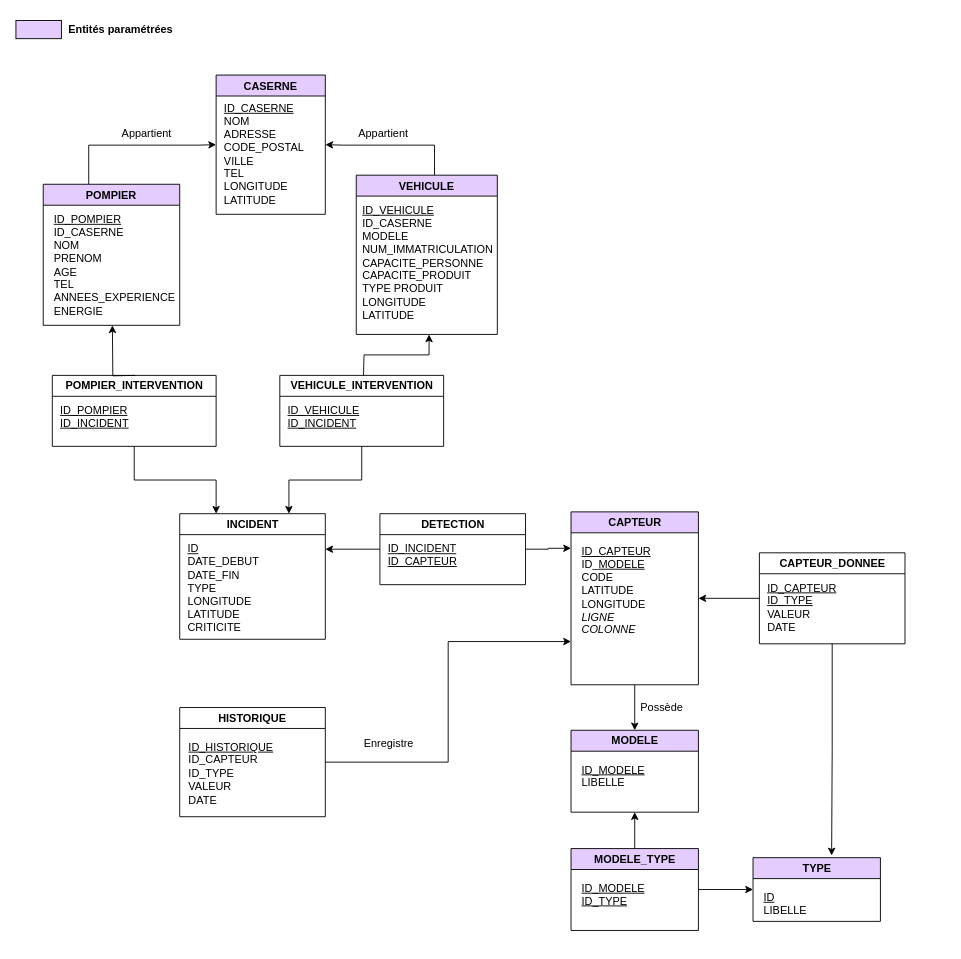
The draw.io diagram Conception/MLD Emergency.drawio in GOROVSKY/projet-scientifique, before the edit. Source tidied: cells renumbered, new cells numbered last; positions are measured from the earlier drawing's top-left corner, leaving out a move shared by most shapes. Both pictures are drawn from the tidied source at 91%, with x=0, y=0 at pixel (15, 15).
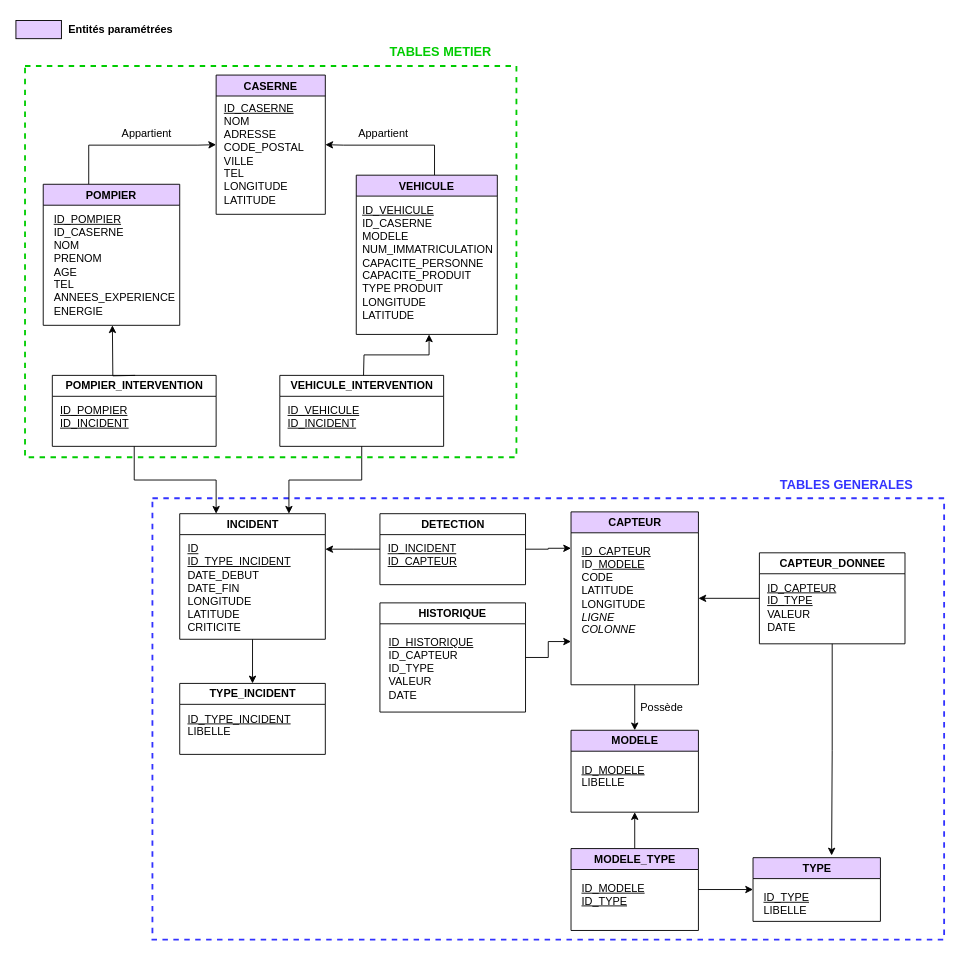
After the change.

Unchanged cells that the change refers to:
```xml
<mxCell id="29" value="INCIDENT" style="swimlane;fontFamily=Helvetica;fontSize=12;fontColor=default;fillColor=none;gradientColor=none;html=1;" parent="1" vertex="1">
  <mxGeometry x="180" y="547" width="160" height="138" as="geometry" />
</mxCell>
<mxCell id="42" value="TYPE" style="swimlane;fontFamily=Helvetica;fontSize=12;fontColor=default;fillColor=#E5CCFF;gradientColor=none;html=1;" parent="1" vertex="1">
  <mxGeometry x="810" y="925" width="140" height="70" as="geometry" />
</mxCell>
```

What changed in the source:
```diff
@@
+    <mxCell id="48" style="rounded=0;whiteSpace=wrap;html=1;fillColor=none;strokeColor=#3333FF;strokeWidth=2;dashed=1;" parent="1" vertex="1">
+      <mxGeometry x="150" y="530" width="870" height="485" as="geometry" />
+    </mxCell>
@@
     <mxCell id="23" value="HISTORIQUE" style="swimlane;startSize=23;" parent="1" vertex="1">
-      <mxGeometry x="180" y="760" width="160" height="120" as="geometry" />
+      <mxGeometry x="400" y="645" width="160" height="120" as="geometry" />
     </mxCell>
@@
-    <mxCell id="30" value="&lt;div align=&quot;left&quot;&gt;&lt;u&gt;ID&lt;/u&gt;&lt;/div&gt;&lt;div&gt;DATE_DEBUT&lt;/div&gt;&lt;div&gt;DATE_FIN&lt;/div&gt;&lt;div&gt;TYPE&lt;/div&gt;&lt;div&gt;LONGITUDE&lt;/div&gt;&lt;div&gt;LATITUDE&lt;br&gt;&lt;/div&gt;&lt;div&gt;CRITICITE&lt;br&gt;&lt;/div&gt;" style="text;html=1;align=left;verticalAlign=top;strokeColor=none;fillColor=none;" parent="29" vertex="1">
-      <mxGeometry x="7" y="25" width="90" height="100" as="geometry" />
+    <mxCell id="30" value="&lt;div align=&quot;left&quot;&gt;&lt;u&gt;ID&lt;/u&gt;&lt;/div&gt;&lt;div align=&quot;left&quot;&gt;&lt;u&gt;ID_TYPE_INCIDENT&lt;/u&gt;&lt;br&gt;&lt;/div&gt;&lt;div&gt;DATE_DEBUT&lt;/div&gt;&lt;div&gt;DATE_FIN&lt;/div&gt;&lt;div&gt;LONGITUDE&lt;/div&gt;&lt;div&gt;LATITUDE&lt;br&gt;&lt;/div&gt;&lt;div&gt;CRITICITE&lt;br&gt;&lt;/div&gt;" style="text;html=1;align=left;verticalAlign=top;strokeColor=none;fillColor=none;" parent="29" vertex="1">
+      <mxGeometry x="7" y="25" width="120" height="100" as="geometry" />
     </mxCell>
@@
-    <mxCell id="38" value="Enregistre" style="text;html=1;strokeColor=none;fillColor=none;align=center;verticalAlign=middle;whiteSpace=wrap;rounded=0;" parent="1" vertex="1">
-      <mxGeometry x="380" y="785" width="60" height="30" as="geometry" />
-    </mxCell>
@@
-    <mxCell id="43" value="&lt;div align=&quot;left&quot;&gt;&lt;u&gt;ID&lt;/u&gt;&lt;/div&gt;LIBELLE&lt;br&gt;&lt;div&gt;&lt;br&gt;&lt;/div&gt;&lt;div&gt;&lt;br&gt;&lt;/div&gt;" style="text;html=1;align=left;verticalAlign=top;strokeColor=none;fillColor=none;" parent="42" vertex="1">
+    <mxCell id="43" value="&lt;div align=&quot;left&quot;&gt;&lt;u&gt;ID_TYPE&lt;/u&gt;&lt;/div&gt;LIBELLE&lt;br&gt;&lt;div&gt;&lt;br&gt;&lt;/div&gt;&lt;div&gt;&lt;br&gt;&lt;/div&gt;" style="text;html=1;align=left;verticalAlign=top;strokeColor=none;fillColor=none;" parent="42" vertex="1">
       <mxGeometry x="10" y="30" width="60" height="60" as="geometry" />
     </mxCell>
@@
+    <mxCell id="49" value="TABLES GENERALES" style="text;html=1;strokeColor=none;fillColor=none;align=center;verticalAlign=middle;whiteSpace=wrap;rounded=0;dashed=1;fontStyle=1;fontSize=14;fontColor=#3333FF;" parent="1" vertex="1">
+      <mxGeometry x="830" y="500" width="166" height="30" as="geometry" />
+    </mxCell>
+    <mxCell id="50" style="rounded=0;whiteSpace=wrap;html=1;dashed=1;fontSize=14;fontColor=#00CC00;strokeColor=#00CC00;strokeWidth=2;fillColor=none;" parent="1" vertex="1">
+      <mxGeometry x="10" y="55" width="540" height="430" as="geometry" />
+    </mxCell>
+    <mxCell id="51" value="TABLES METIER" style="text;html=1;strokeColor=none;fillColor=none;align=center;verticalAlign=middle;whiteSpace=wrap;rounded=0;dashed=1;fontStyle=1;fontSize=14;fontColor=#00CC00;" parent="1" vertex="1">
+      <mxGeometry x="384" y="25" width="166" height="30" as="geometry" />
+    </mxCell>
+    <mxCell id="52" style="edgeStyle=orthogonalEdgeStyle;rounded=0;jettySize=auto;html=1;exitX=0.5;exitY=1;exitDx=0;exitDy=0;entryX=0.5;entryY=0;entryDx=0;entryDy=0;fontSize=14;fontColor=#00CC00;" parent="1" edge="1" source="29" target="53">
+      <mxGeometry relative="1" as="geometry" />
+    </mxCell>
+    <mxCell id="53" value="TYPE_INCIDENT" style="swimlane;fontFamily=Helvetica;fontSize=12;fontColor=default;fillColor=none;gradientColor=none;html=1;startSize=23;" parent="1" vertex="1">
+      <mxGeometry x="180" y="733.5" width="160" height="78" as="geometry" />
+    </mxCell>
+    <mxCell id="54" value="&lt;div align=&quot;left&quot;&gt;&lt;u&gt;ID_TYPE_INCIDENT&lt;/u&gt;&lt;/div&gt;LIBELLE" style="text;html=1;align=left;verticalAlign=top;strokeColor=none;fillColor=none;" parent="53" vertex="1">
+      <mxGeometry x="7" y="25" width="120" height="30" as="geometry" />
+    </mxCell>
```
